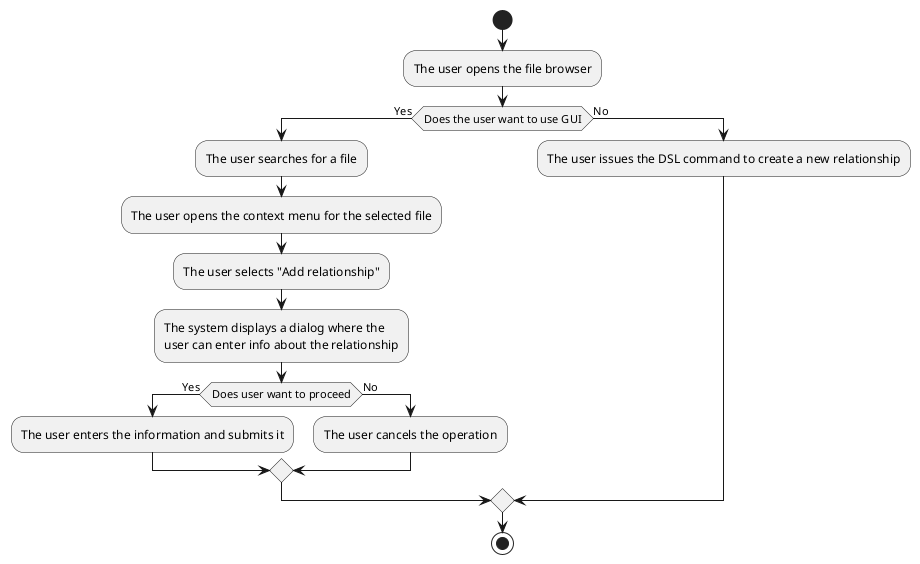
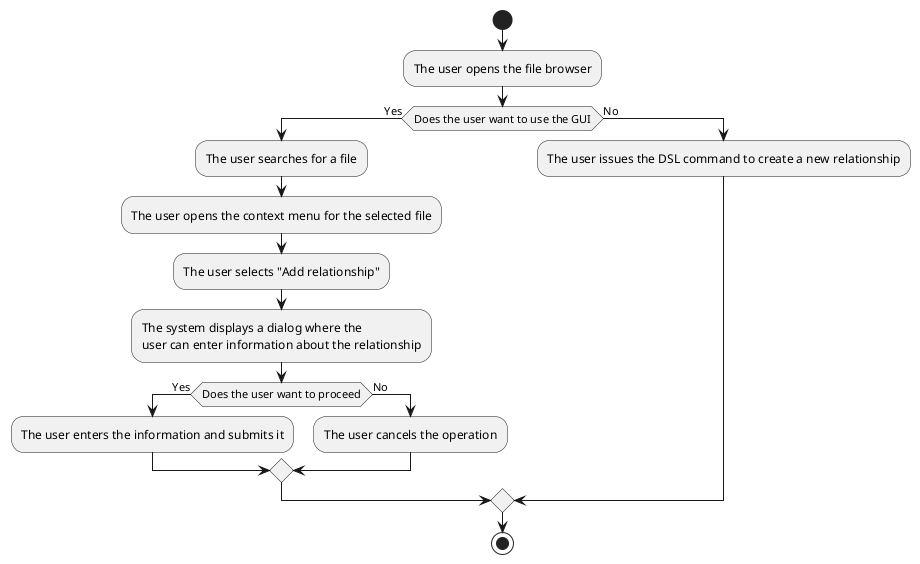
@startuml
start
:The user opens the file browser;
- if (Does the user want to use GUI) then (Yes)
+ if (Does the user want to use the GUI) then (Yes)
:The user searches for a file;
:The user opens the context menu for the selected file;
:The user selects "Add relationship";
- :The system displays a dialog where the \nuser can enter info about the relationship;
- if (Does user want to proceed) then (Yes)
+ :The system displays a dialog where the \nuser can enter information about the relationship;
+ if (Does the user want to proceed) then (Yes)
:The user enters the information and submits it;
else (No)
:The user cancels the operation;
endif
else (No)
:The user issues the DSL command to create a new relationship;
endif
stop
@enduml
